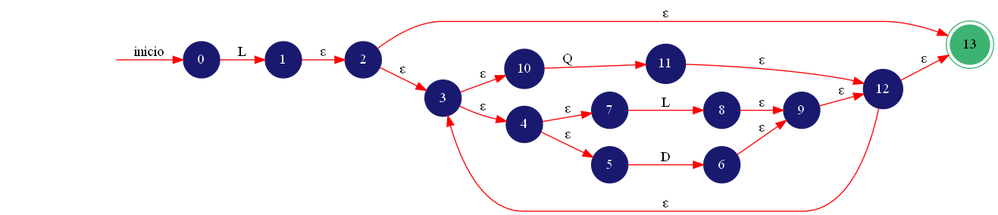
The Graphviz diagram create-afn-afd/src/Imagenes/AFDN.png in Serch-ING/create-afn-afd, before a commit. Its source is kept beside it as create-afn-afd/src/Imagenes/AFDN.dot.
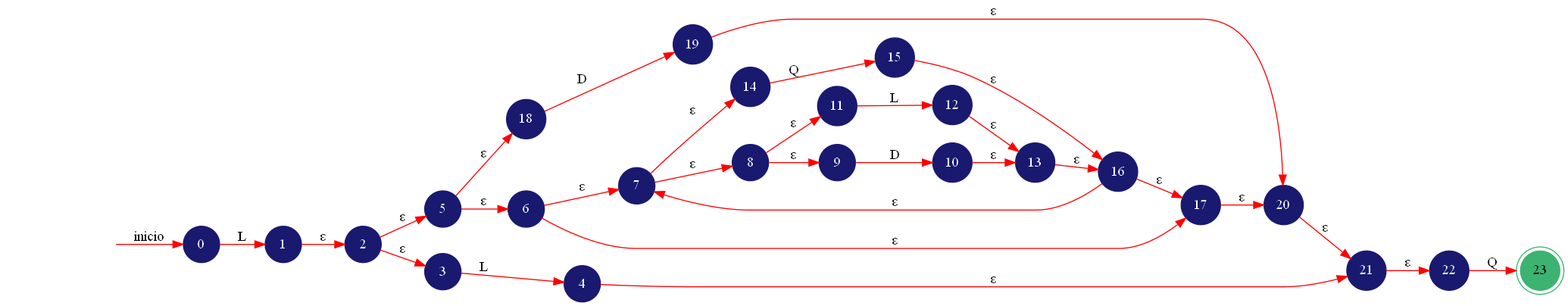
Later version of the same file.

Diff of the diagram source:
```diff
@@ -1,6 +1,6 @@
 digraph AUTOMATA{
 	rankdir=LR;
-	node [shape=doublecircle, style = filled,color = mediumseagreen]; 13;
+	node [shape=doublecircle, style = filled,color = mediumseagreen]; 23;
 	node [shape=circle];
 	node [color=midnightblue,fontcolor=white];
 	edge [color=red];
@@ -8,19 +8,31 @@
 	secret_node -> 0 [label="inicio"];
 	0 -> 1 [label="L"];
 	1 -> 2 [label="ε"];
+	2 -> 5 [label="ε"];
 	2 -> 3 [label="ε"];
-	2 -> 13 [label="ε"];
-	3 -> 10 [label="ε"];
-	3 -> 4 [label="ε"];
-	4 -> 7 [label="ε"];
-	4 -> 5 [label="ε"];
-	5 -> 6 [label="D"];
-	6 -> 9 [label="ε"];
-	7 -> 8 [label="L"];
+	3 -> 4 [label="L"];
+	4 -> 21 [label="ε"];
+	5 -> 18 [label="ε"];
+	5 -> 6 [label="ε"];
+	6 -> 7 [label="ε"];
+	6 -> 17 [label="ε"];
+	7 -> 14 [label="ε"];
+	7 -> 8 [label="ε"];
+	8 -> 11 [label="ε"];
 	8 -> 9 [label="ε"];
-	9 -> 12 [label="ε"];
-	10 -> 11 [label="Q"];
-	11 -> 12 [label="ε"];
-	12 -> 3 [label="ε"];
+	9 -> 10 [label="D"];
+	10 -> 13 [label="ε"];
+	11 -> 12 [label="L"];
 	12 -> 13 [label="ε"];
+	13 -> 16 [label="ε"];
+	14 -> 15 [label="Q"];
+	15 -> 16 [label="ε"];
+	16 -> 7 [label="ε"];
+	16 -> 17 [label="ε"];
+	17 -> 20 [label="ε"];
+	18 -> 19 [label="D"];
+	19 -> 20 [label="ε"];
+	20 -> 21 [label="ε"];
+	21 -> 22 [label="ε"];
+	22 -> 23 [label="Q"];
 }
```
